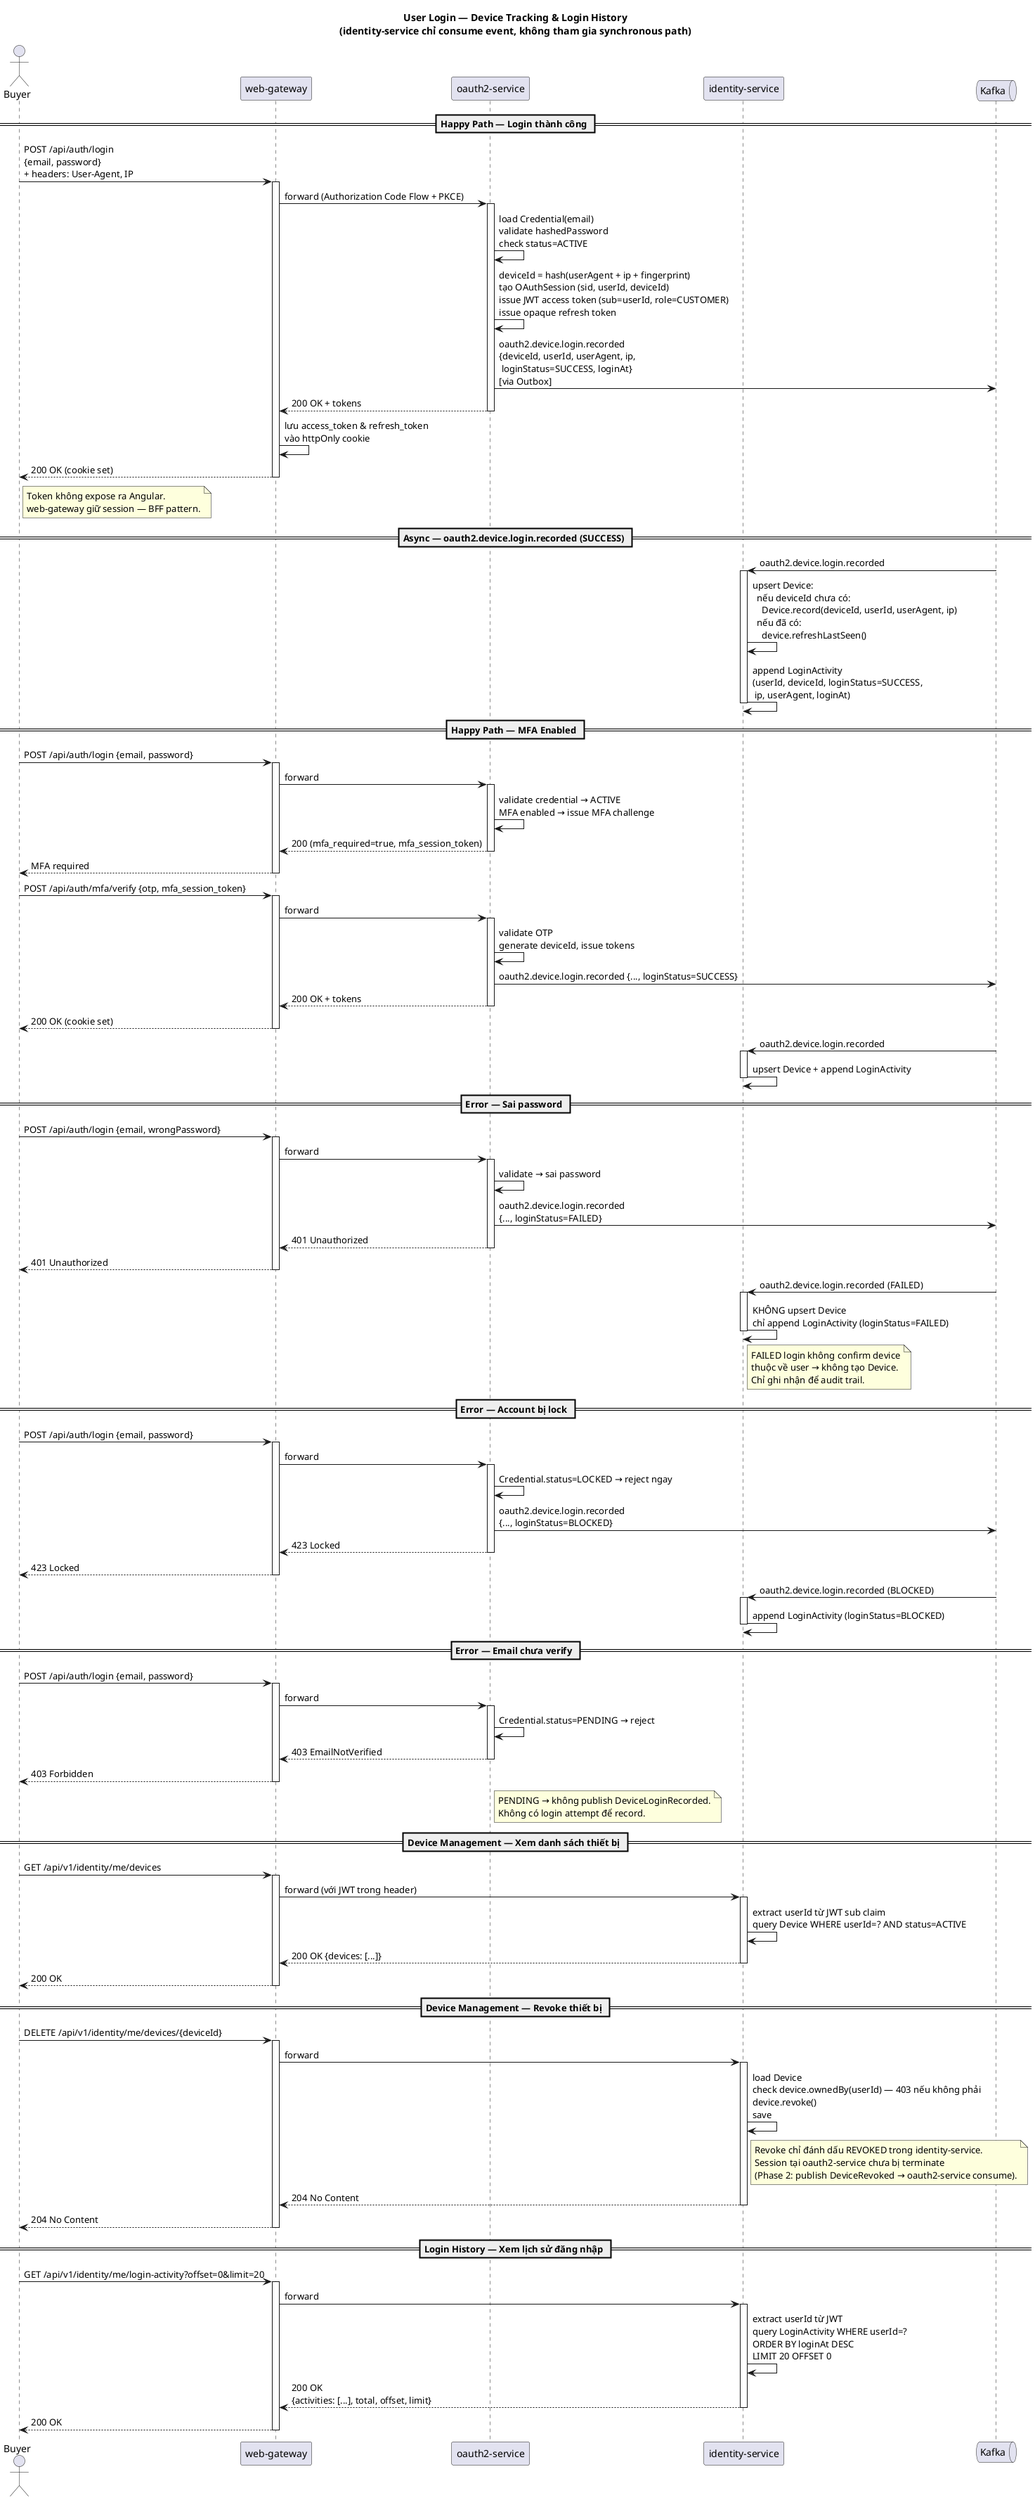
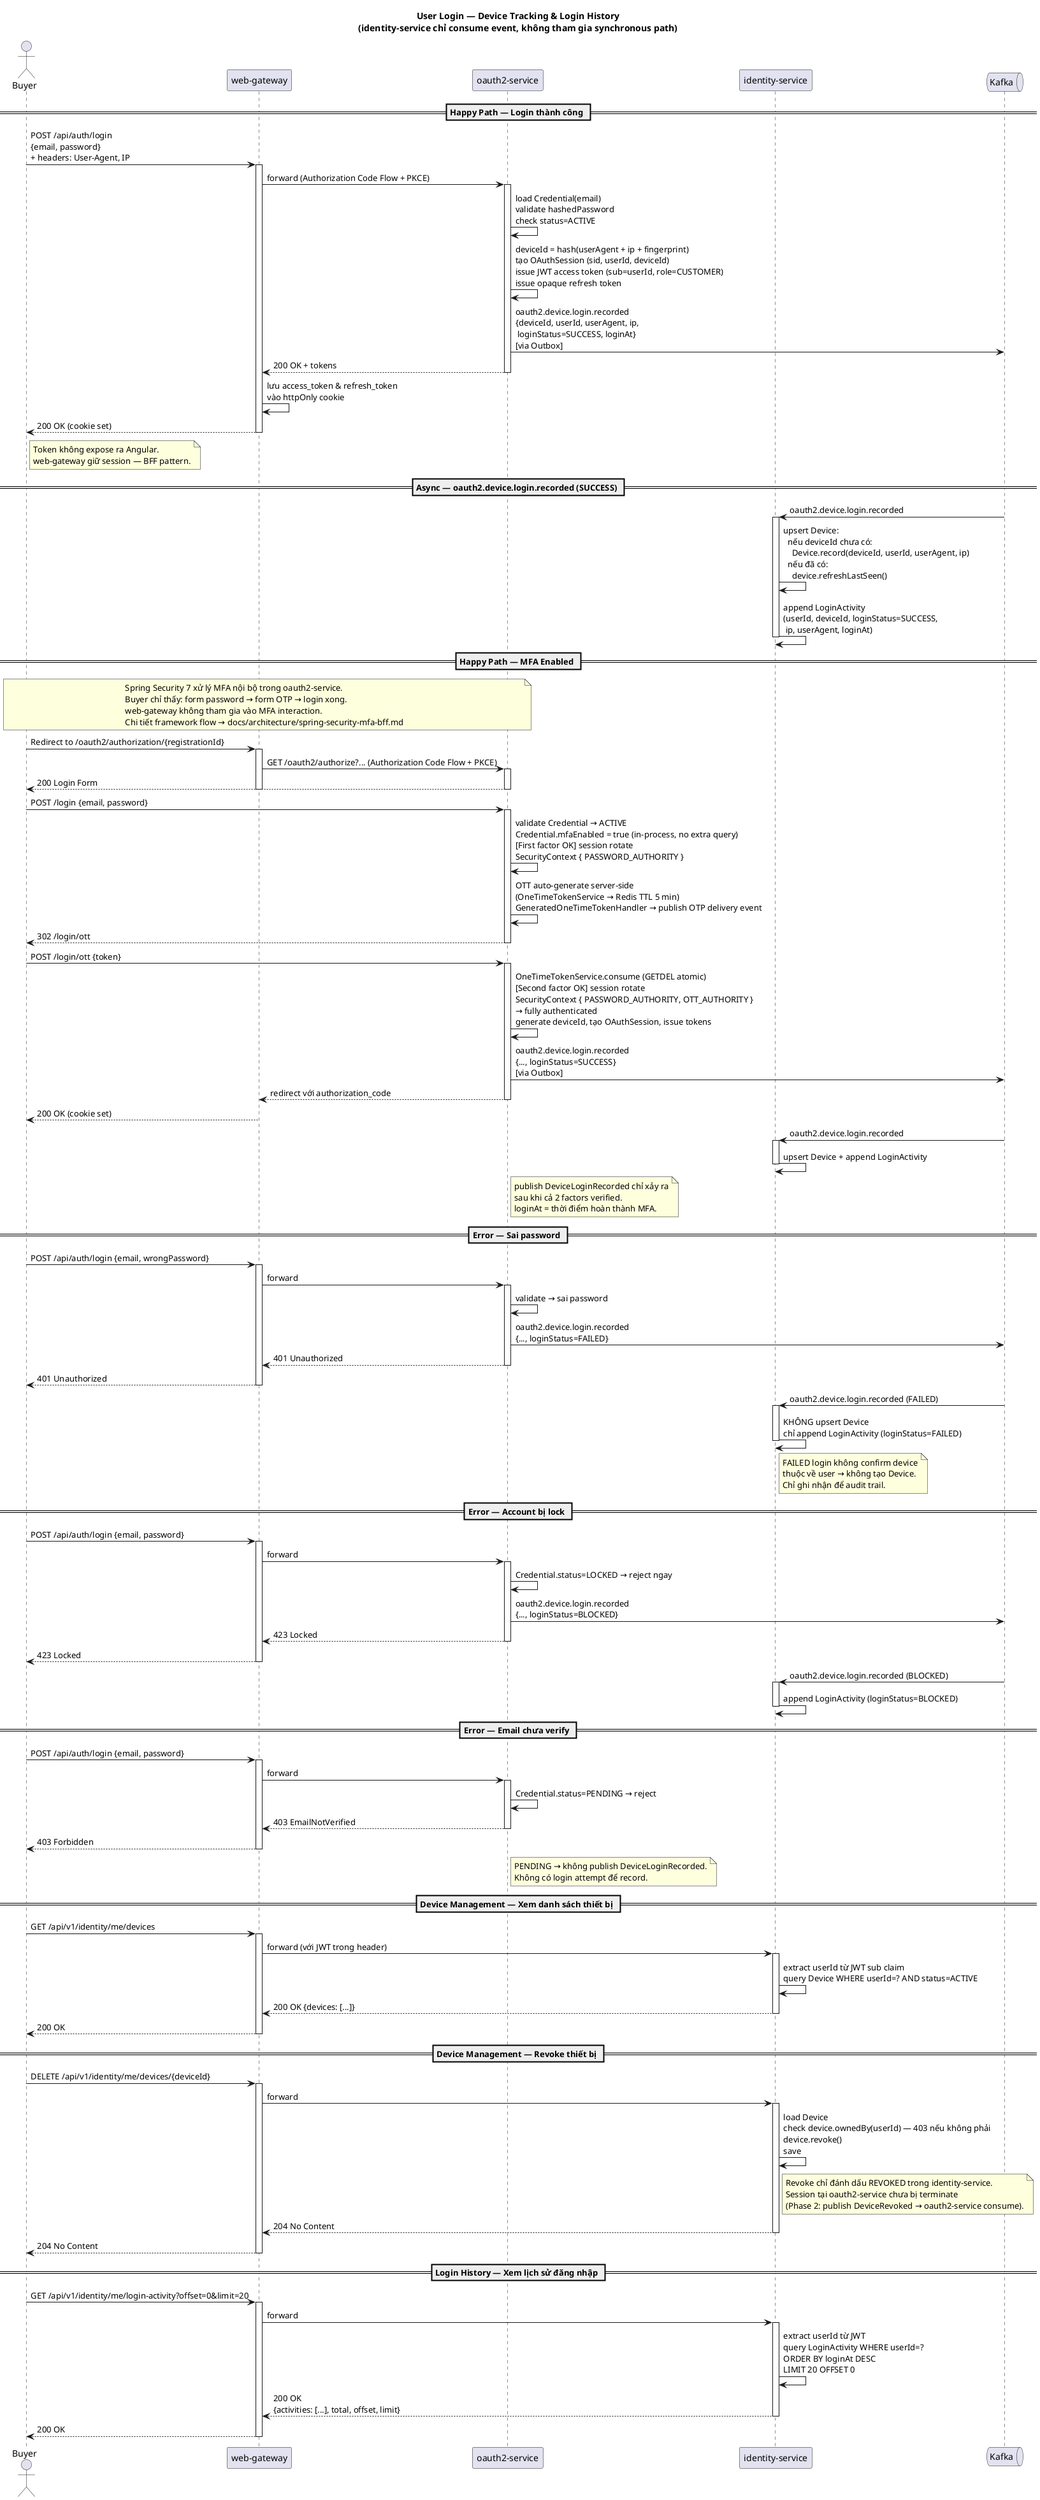
@startuml sequence-login-device
title User Login — Device Tracking & Login History\n(identity-service chỉ consume event, không tham gia synchronous path)

actor Buyer
participant "web-gateway" as WG
participant "oauth2-service" as OAUTH
participant "identity-service" as ID
queue "Kafka" as K

== Happy Path — Login thành công ==

Buyer -> WG : POST /api/auth/login\n{email, password}\n+ headers: User-Agent, IP
activate WG

WG -> OAUTH : forward (Authorization Code Flow + PKCE)
activate OAUTH

OAUTH -> OAUTH : load Credential(email)\nvalidate hashedPassword\ncheck status=ACTIVE

OAUTH -> OAUTH : deviceId = hash(userAgent + ip + fingerprint)\ntạo OAuthSession (sid, userId, deviceId)\nissue JWT access token (sub=userId, role=CUSTOMER)\nissue opaque refresh token

OAUTH -> K : oauth2.device.login.recorded\n{deviceId, userId, userAgent, ip,\n loginStatus=SUCCESS, loginAt}\n[via Outbox]

OAUTH --> WG : 200 OK + tokens
deactivate OAUTH

WG -> WG : lưu access_token & refresh_token\nvào httpOnly cookie
WG --> Buyer : 200 OK (cookie set)
deactivate WG

note right of Buyer
  Token không expose ra Angular.
  web-gateway giữ session — BFF pattern.
end note

== Async — oauth2.device.login.recorded (SUCCESS) ==

K -> ID : oauth2.device.login.recorded
activate ID

ID -> ID : upsert Device:\n  nếu deviceId chưa có:\n    Device.record(deviceId, userId, userAgent, ip)\n  nếu đã có:\n    device.refreshLastSeen()

ID -> ID : append LoginActivity\n(userId, deviceId, loginStatus=SUCCESS,\n ip, userAgent, loginAt)

deactivate ID

== Happy Path — MFA Enabled ==

- Buyer -> WG : POST /api/auth/login {email, password}
+ note over Buyer, OAUTH
+   Spring Security 7 xử lý MFA nội bộ trong oauth2-service.
+   Buyer chỉ thấy: form password → form OTP → login xong.
+   web-gateway không tham gia vào MFA interaction.
+   Chi tiết framework flow → docs/architecture/spring-security-mfa-bff.md
+ end note
+ 
+ Buyer -> WG : Redirect to /oauth2/authorization/{registrationId}
activate WG
- WG -> OAUTH : forward
+ WG -> OAUTH : GET /oauth2/authorize?... (Authorization Code Flow + PKCE)
activate OAUTH
- OAUTH -> OAUTH : validate credential → ACTIVE\nMFA enabled → issue MFA challenge
- OAUTH --> WG : 200 (mfa_required=true, mfa_session_token)
+ OAUTH --> Buyer : 200 Login Form
deactivate OAUTH
- WG --> Buyer : MFA required
deactivate WG

- Buyer -> WG : POST /api/auth/mfa/verify {otp, mfa_session_token}
- activate WG
- WG -> OAUTH : forward
+ Buyer -> OAUTH : POST /login {email, password}
activate OAUTH
- OAUTH -> OAUTH : validate OTP\ngenerate deviceId, issue tokens
- OAUTH -> K : oauth2.device.login.recorded {..., loginStatus=SUCCESS}
- OAUTH --> WG : 200 OK + tokens
+ OAUTH -> OAUTH : validate Credential → ACTIVE\nCredential.mfaEnabled = true (in-process, no extra query)\n[First factor OK] session rotate\nSecurityContext { PASSWORD_AUTHORITY }
+ OAUTH -> OAUTH : OTT auto-generate server-side\n(OneTimeTokenService → Redis TTL 5 min)\nGeneratedOneTimeTokenHandler → publish OTP delivery event
+ OAUTH --> Buyer : 302 /login/ott
deactivate OAUTH
+ 
+ Buyer -> OAUTH : POST /login/ott {token}
+ activate OAUTH
+ OAUTH -> OAUTH : OneTimeTokenService.consume (GETDEL atomic)\n[Second factor OK] session rotate\nSecurityContext { PASSWORD_AUTHORITY, OTT_AUTHORITY }\n→ fully authenticated\ngenerate deviceId, tạo OAuthSession, issue tokens
+ OAUTH -> K : oauth2.device.login.recorded\n{..., loginStatus=SUCCESS}\n[via Outbox]
+ OAUTH --> WG : redirect với authorization_code
+ deactivate OAUTH
+ 
WG --> Buyer : 200 OK (cookie set)
- deactivate WG

K -> ID : oauth2.device.login.recorded
activate ID
ID -> ID : upsert Device + append LoginActivity
deactivate ID
+ 
+ note right of OAUTH
+   publish DeviceLoginRecorded chỉ xảy ra
+   sau khi cả 2 factors verified.
+   loginAt = thời điểm hoàn thành MFA.
+ end note

== Error — Sai password ==

Buyer -> WG : POST /api/auth/login {email, wrongPassword}
activate WG
WG -> OAUTH : forward
activate OAUTH
OAUTH -> OAUTH : validate → sai password
OAUTH -> K : oauth2.device.login.recorded\n{..., loginStatus=FAILED}
OAUTH --> WG : 401 Unauthorized
deactivate OAUTH
WG --> Buyer : 401 Unauthorized
deactivate WG

K -> ID : oauth2.device.login.recorded (FAILED)
activate ID
ID -> ID : KHÔNG upsert Device\nchỉ append LoginActivity (loginStatus=FAILED)
note right of ID
  FAILED login không confirm device
  thuộc về user → không tạo Device.
  Chỉ ghi nhận để audit trail.
end note
deactivate ID

== Error — Account bị lock ==

Buyer -> WG : POST /api/auth/login {email, password}
activate WG
WG -> OAUTH : forward
activate OAUTH
OAUTH -> OAUTH : Credential.status=LOCKED → reject ngay
OAUTH -> K : oauth2.device.login.recorded\n{..., loginStatus=BLOCKED}
OAUTH --> WG : 423 Locked
deactivate OAUTH
WG --> Buyer : 423 Locked
deactivate WG

K -> ID : oauth2.device.login.recorded (BLOCKED)
activate ID
ID -> ID : append LoginActivity (loginStatus=BLOCKED)
deactivate ID

== Error — Email chưa verify ==

Buyer -> WG : POST /api/auth/login {email, password}
activate WG
WG -> OAUTH : forward
activate OAUTH
OAUTH -> OAUTH : Credential.status=PENDING → reject
OAUTH --> WG : 403 EmailNotVerified
deactivate OAUTH
WG --> Buyer : 403 Forbidden
note right of OAUTH
  PENDING → không publish DeviceLoginRecorded.
  Không có login attempt để record.
end note
deactivate WG

== Device Management — Xem danh sách thiết bị ==

Buyer -> WG : GET /api/v1/identity/me/devices
activate WG
WG -> ID : forward (với JWT trong header)
activate ID
ID -> ID : extract userId từ JWT sub claim\nquery Device WHERE userId=? AND status=ACTIVE
ID --> WG : 200 OK {devices: [...]}
deactivate ID
WG --> Buyer : 200 OK
deactivate WG

== Device Management — Revoke thiết bị ==

Buyer -> WG : DELETE /api/v1/identity/me/devices/{deviceId}
activate WG
WG -> ID : forward
activate ID
ID -> ID : load Device\ncheck device.ownedBy(userId) — 403 nếu không phải\ndevice.revoke()\nsave

note right of ID
  Revoke chỉ đánh dấu REVOKED trong identity-service.
  Session tại oauth2-service chưa bị terminate
  (Phase 2: publish DeviceRevoked → oauth2-service consume).
end note

ID --> WG : 204 No Content
deactivate ID
WG --> Buyer : 204 No Content
deactivate WG

== Login History — Xem lịch sử đăng nhập ==

Buyer -> WG : GET /api/v1/identity/me/login-activity?offset=0&limit=20
activate WG
WG -> ID : forward
activate ID
ID -> ID : extract userId từ JWT\nquery LoginActivity WHERE userId=?\nORDER BY loginAt DESC\nLIMIT 20 OFFSET 0
ID --> WG : 200 OK\n{activities: [...], total, offset, limit}
deactivate ID
WG --> Buyer : 200 OK
deactivate WG

@enduml
